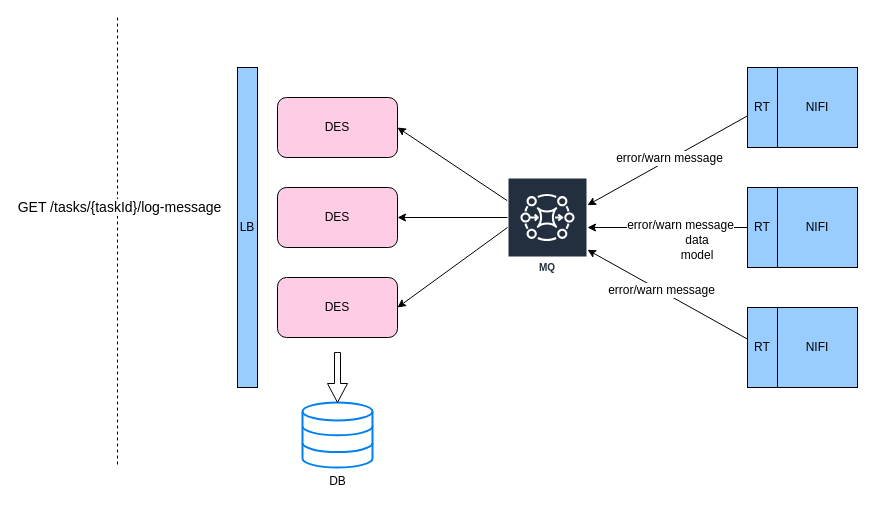
Earlier version of the draw.io diagram page "Error Info & Alert" (13 of 14) of 自助式接入.drawio (dophinlife/drawio). Source tidied: cells renumbered, new cells numbered last; positions are measured from the earlier drawing's top-left corner, leaving out a move shared by most shapes. Both pictures are drawn from the tidied source at 100%, with x=0, y=0 at pixel (117, 17).
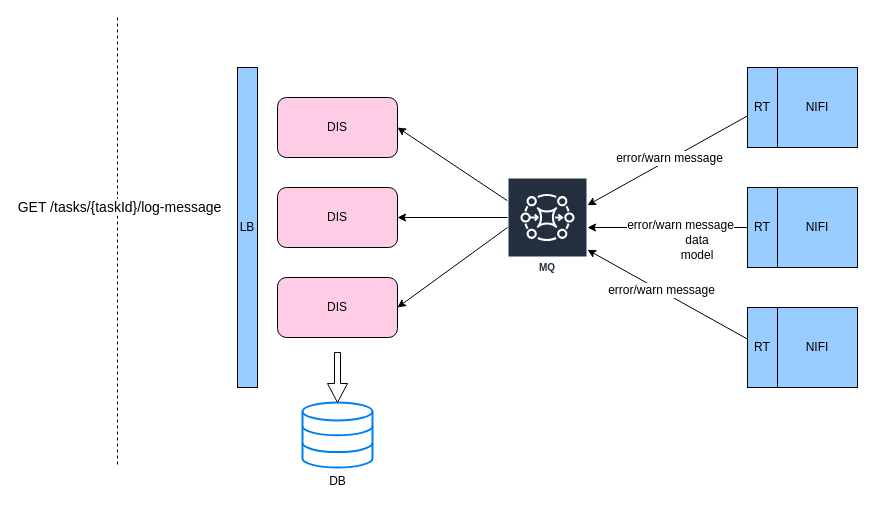
The same diagram, later.

Change to the diagram source:
```diff
@@
-    <mxCell id="22" value="DES" style="rounded=1;whiteSpace=wrap;html=1;fillColor=#FFCCE6;" parent="1" vertex="1">
+    <mxCell id="22" value="DIS" style="rounded=1;whiteSpace=wrap;html=1;fillColor=#FFCCE6;" parent="1" vertex="1">
       <mxGeometry x="160" y="80" width="120" height="60" as="geometry" />
     </mxCell>
-    <mxCell id="23" value="DES" style="rounded=1;whiteSpace=wrap;html=1;fillColor=#FFCCE6;" parent="1" vertex="1">
+    <mxCell id="23" value="DIS" style="rounded=1;whiteSpace=wrap;html=1;fillColor=#FFCCE6;" parent="1" vertex="1">
       <mxGeometry x="160" y="170" width="120" height="60" as="geometry" />
     </mxCell>
-    <mxCell id="24" value="DES" style="rounded=1;whiteSpace=wrap;html=1;fillColor=#FFCCE6;" parent="1" vertex="1">
+    <mxCell id="24" value="DIS" style="rounded=1;whiteSpace=wrap;html=1;fillColor=#FFCCE6;" parent="1" vertex="1">
       <mxGeometry x="160" y="260" width="120" height="60" as="geometry" />
     </mxCell>
```
